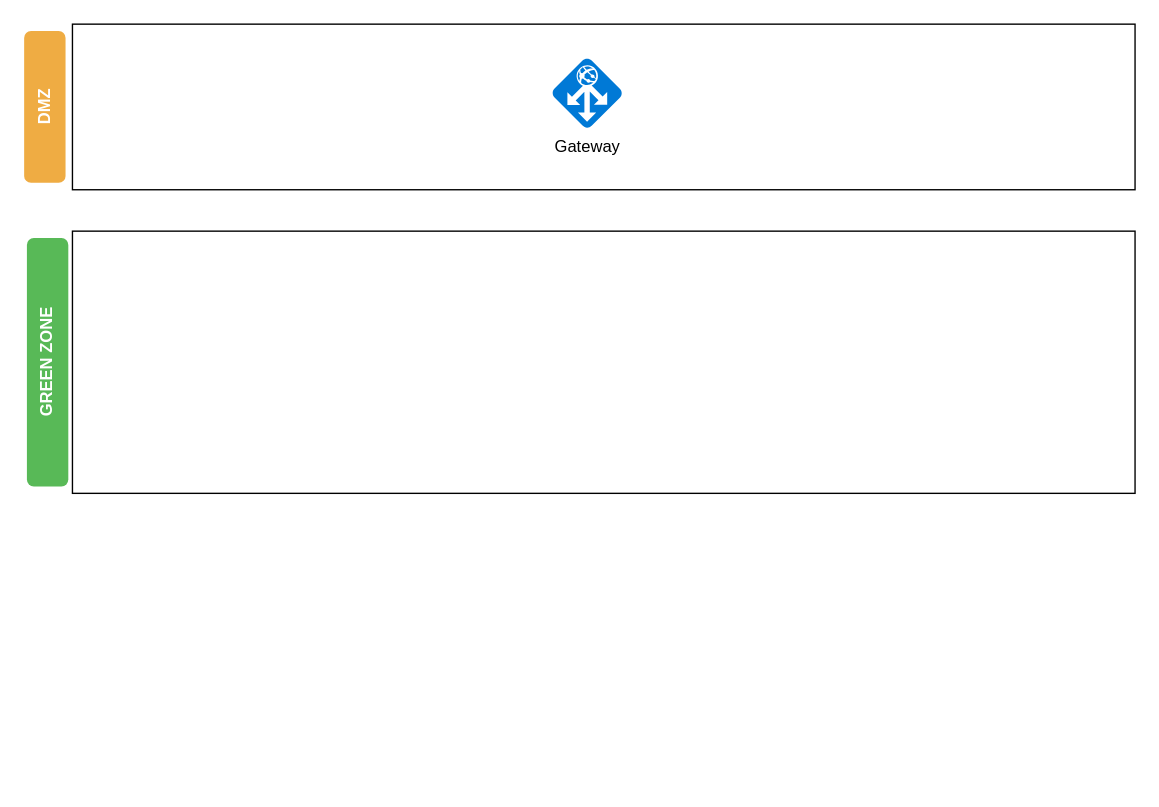
Before: RevisedTargetArch.drawio in kpbindu/Diagrams, a draw.io diagram. Source tidied: cells renumbered, new cells numbered last; positions are measured from the earlier drawing's top-left corner, leaving out a move shared by most shapes. Both pictures are drawn from the tidied source at 138%, with x=0, y=0 at pixel (-77, 23).
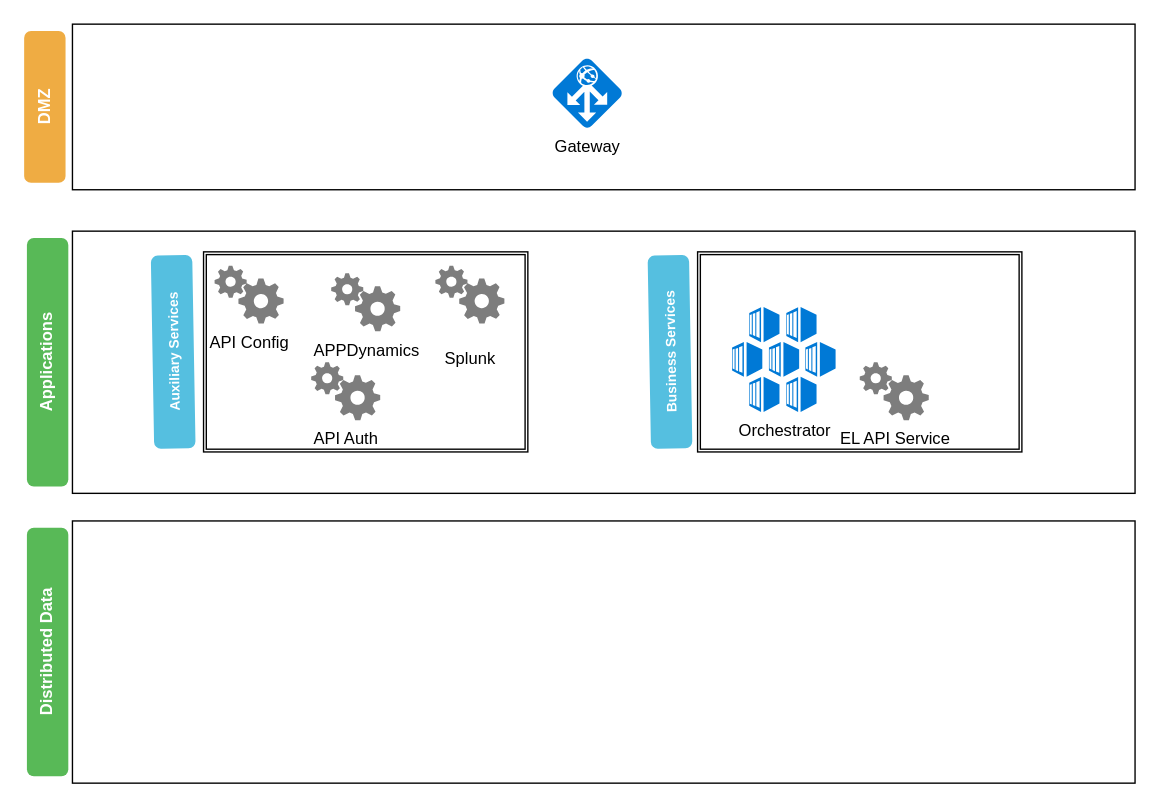
After the change.

Change to the diagram source:
```diff
@@
 <mxGraphModel>
   <root>
     <mxCell id="0" />
     <mxCell id="1" parent="0" />
     <mxCell id="2" style="rounded=0;whiteSpace=wrap;html=1;" parent="1" vertex="1">
       <mxGeometry x="108" width="770" height="120" as="geometry" />
     </mxCell>
     <mxCell id="3" value="DMZ" style="html=1;shadow=0;dashed=0;shape=mxgraph.bootstrap.rrect;align=center;rSize=5;strokeColor=none;fillColor=#EFAC43;fontColor=#ffffff;fontStyle=1;whiteSpace=wrap;rotation=-90;" parent="1" vertex="1">
       <mxGeometry x="33" y="45" width="110" height="30" as="geometry" />
     </mxCell>
     <mxCell id="4" value="Gateway" style="shadow=0;dashed=0;html=1;strokeColor=none;labelPosition=center;verticalLabelPosition=bottom;verticalAlign=top;align=center;shape=mxgraph.mscae.cloud.application_gateway;fillColor=#0079D6;" parent="1" vertex="1">
       <mxGeometry x="456" y="25" width="50" height="50" as="geometry" />
     </mxCell>
     <mxCell id="5" style="rounded=0;whiteSpace=wrap;html=1;" parent="1" vertex="1">
       <mxGeometry x="108" y="150" width="770" height="190" as="geometry" />
     </mxCell>
-    <mxCell id="6" value="GREEN ZONE" style="html=1;shadow=0;dashed=0;shape=mxgraph.bootstrap.rrect;align=center;rSize=5;strokeColor=none;fillColor=#58B957;fontColor=#ffffff;fontStyle=1;whiteSpace=wrap;rotation=-90;" parent="1" vertex="1">
+    <mxCell id="6" value="Applications" style="html=1;shadow=0;dashed=0;shape=mxgraph.bootstrap.rrect;align=center;rSize=5;strokeColor=none;fillColor=#58B957;fontColor=#ffffff;fontStyle=1;whiteSpace=wrap;rotation=-90;" parent="1" vertex="1">
       <mxGeometry y="230" width="180" height="30" as="geometry" />
     </mxCell>
+    <mxCell id="7" style="shape=ext;double=1;rounded=0;whiteSpace=wrap;html=1;" parent="1" vertex="1">
+      <mxGeometry x="203" y="165" width="235" height="145" as="geometry" />
+    </mxCell>
+    <mxCell id="8" style="shape=ext;double=1;rounded=0;whiteSpace=wrap;html=1;" parent="1" vertex="1">
+      <mxGeometry x="561" y="165" width="235" height="145" as="geometry" />
+    </mxCell>
+    <mxCell id="9" value="Business Services" style="html=1;shadow=0;dashed=0;shape=mxgraph.bootstrap.rrect;align=center;rSize=5;strokeColor=none;fillColor=#55BFE0;fontColor=#ffffff;fontStyle=1;whiteSpace=wrap;fontSize=10;rotation=-91;" parent="1" vertex="1">
+      <mxGeometry x="471" y="222.5" width="140" height="30" as="geometry" />
+    </mxCell>
+    <mxCell id="10" value="Auxiliary&amp;nbsp;Services" style="html=1;shadow=0;dashed=0;shape=mxgraph.bootstrap.rrect;align=center;rSize=5;strokeColor=none;fillColor=#55BFE0;fontColor=#ffffff;fontStyle=1;whiteSpace=wrap;fontSize=10;rotation=-91;" parent="1" vertex="1">
+      <mxGeometry x="111" y="222.5" width="140" height="30" as="geometry" />
+    </mxCell>
+    <mxCell id="11" value="API Config" style="shadow=0;dashed=0;html=1;strokeColor=none;labelPosition=center;verticalLabelPosition=bottom;verticalAlign=top;align=center;shape=mxgraph.mscae.general.gears;fillColor=#7D7D7D;" parent="1" vertex="1">
+      <mxGeometry x="211" y="175" width="50" height="42" as="geometry" />
+    </mxCell>
+    <mxCell id="12" value="&lt;p&gt;Splunk&lt;/p&gt;" style="shadow=0;dashed=0;html=1;strokeColor=none;labelPosition=center;verticalLabelPosition=bottom;verticalAlign=top;align=center;shape=mxgraph.mscae.general.gears;fillColor=#7D7D7D;" parent="1" vertex="1">
+      <mxGeometry x="371" y="175" width="50" height="42" as="geometry" />
+    </mxCell>
+    <mxCell id="13" value="API Auth" style="shadow=0;dashed=0;html=1;strokeColor=none;labelPosition=center;verticalLabelPosition=bottom;verticalAlign=top;align=center;shape=mxgraph.mscae.general.gears;fillColor=#7D7D7D;" parent="1" vertex="1">
+      <mxGeometry x="281" y="245" width="50" height="42" as="geometry" />
+    </mxCell>
+    <mxCell id="14" value="EL API Service" style="shadow=0;dashed=0;html=1;strokeColor=none;labelPosition=center;verticalLabelPosition=bottom;verticalAlign=top;align=center;shape=mxgraph.mscae.general.gears;fillColor=#7D7D7D;" parent="1" vertex="1">
+      <mxGeometry x="678.5" y="245" width="50" height="42" as="geometry" />
+    </mxCell>
+    <mxCell id="15" value="Orchestrator " style="shadow=0;dashed=0;html=1;strokeColor=none;labelPosition=center;verticalLabelPosition=bottom;verticalAlign=top;align=center;shape=mxgraph.mscae.cloud.container_service;fillColor=#0079D6;" parent="1" vertex="1">
+      <mxGeometry x="586" y="205" width="75" height="76" as="geometry" />
+    </mxCell>
+    <mxCell id="16" value="APPDynamics" style="shadow=0;dashed=0;html=1;strokeColor=none;labelPosition=center;verticalLabelPosition=bottom;verticalAlign=top;align=center;shape=mxgraph.mscae.general.gears;fillColor=#7D7D7D;" parent="1" vertex="1">
+      <mxGeometry x="295.5" y="180.5" width="50" height="42" as="geometry" />
+    </mxCell>
+    <mxCell id="17" style="rounded=0;whiteSpace=wrap;html=1;" parent="1" vertex="1">
+      <mxGeometry x="108" y="360" width="770" height="190" as="geometry" />
+    </mxCell>
+    <mxCell id="18" value="Distributed Data" style="html=1;shadow=0;dashed=0;shape=mxgraph.bootstrap.rrect;align=center;rSize=5;strokeColor=none;fillColor=#58B957;fontColor=#ffffff;fontStyle=1;whiteSpace=wrap;rotation=-90;" parent="1" vertex="1">
+      <mxGeometry y="440" width="180" height="30" as="geometry" />
+    </mxCell>
   </root>
 </mxGraphModel>
```
